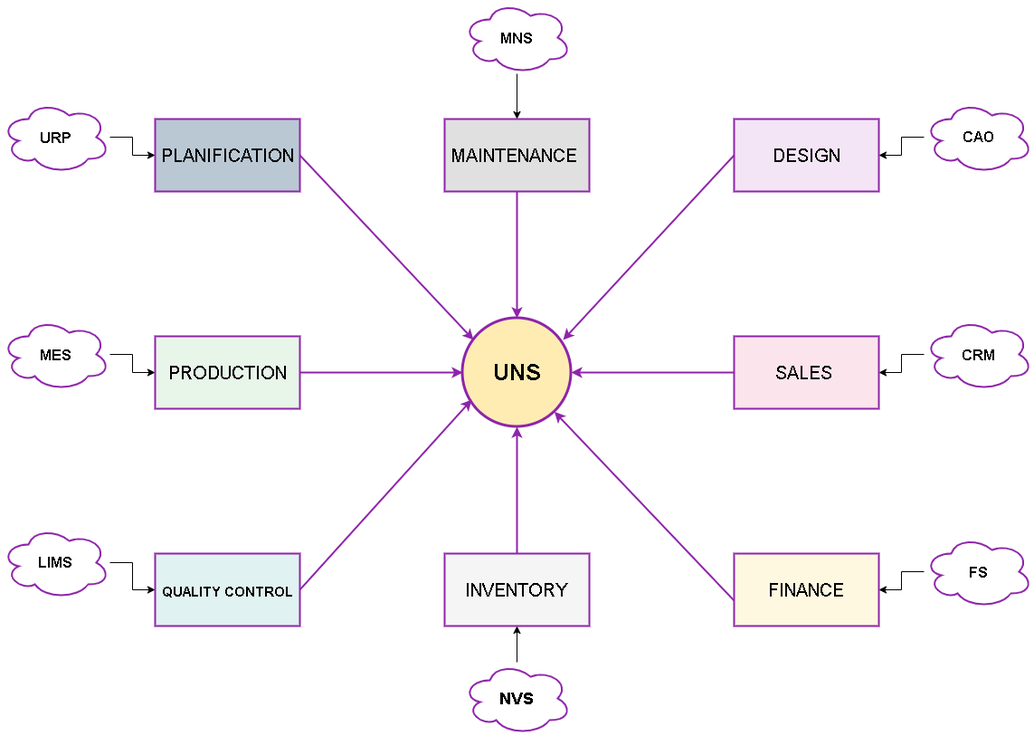
This is img/diagrame 2.png from khelef/webhview, a draw.io export, as it was before one commit. Source tidied: cells renumbered, new cells last; positions are measured from the earlier drawing's top-left corner, leaving out a move shared by most shapes.
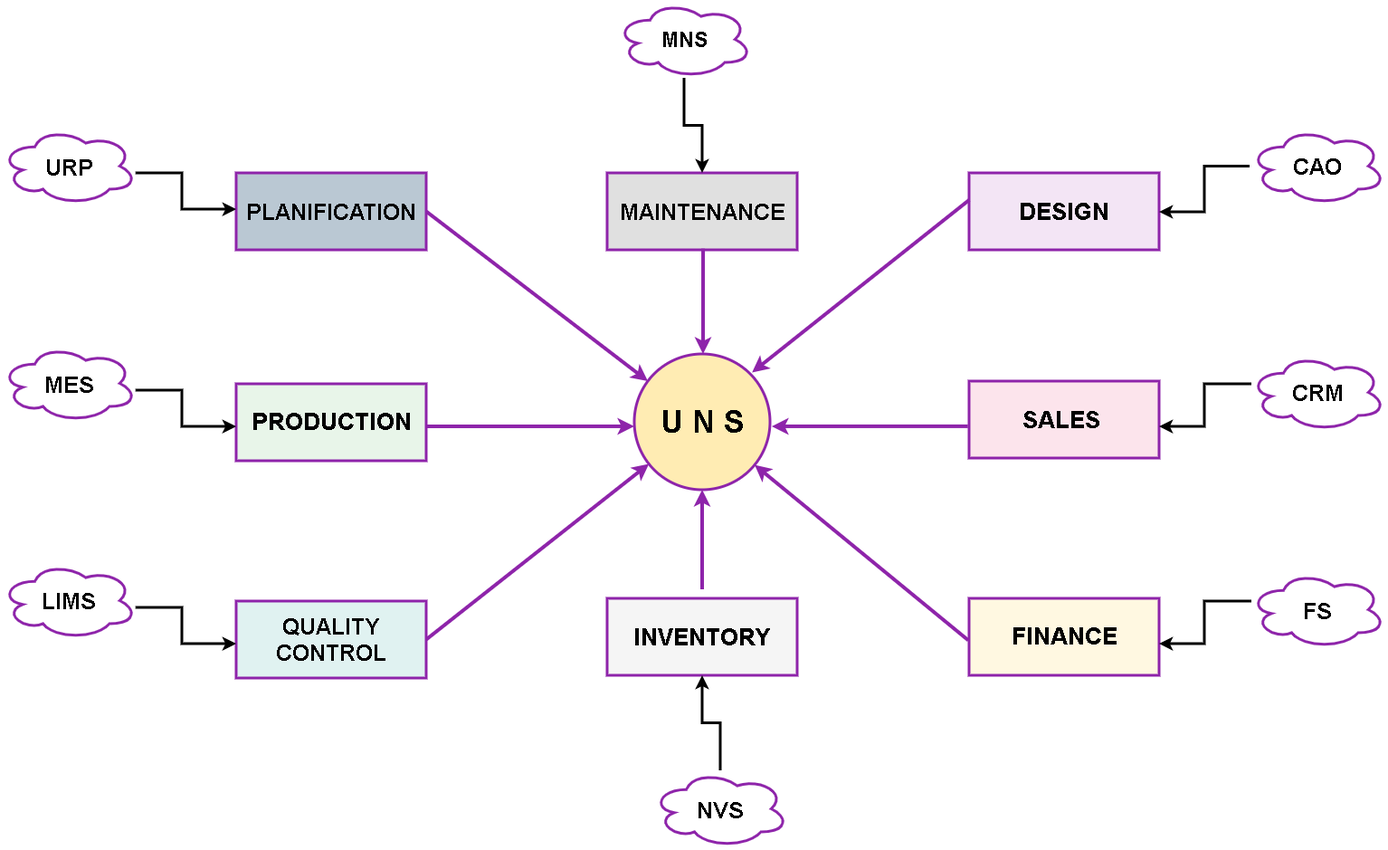
The same file after the commit.

Change to the diagram source:
```diff
@@ -2,106 +2,142 @@
   <root>
     <mxCell id="0" />
     <mxCell id="1" parent="0" />
-    <mxCell id="2" value="&lt;h1&gt;&lt;font face=&quot;arial&quot; style=&quot;font-size: 20px; font-weight: normal;&quot;&gt;PRODUCTION&lt;/font&gt;&lt;/h1&gt;" style="rounded=0;whiteSpace=wrap;html=1;strokeColor=#8E24AA;strokeWidth=2;fillColor=#E8F5E9;" parent="1" vertex="1">
-      <mxGeometry x="170" y="370" width="160" height="80" as="geometry" />
+    <mxCell id="2" value="&lt;h1&gt;&lt;font face=&quot;arial&quot; style=&quot;line-height: 100%; font-size: 26px;&quot;&gt;PRODUCTION&lt;/font&gt;&lt;/h1&gt;" style="rounded=0;whiteSpace=wrap;html=1;strokeColor=#8E24AA;strokeWidth=3;fillColor=#E8F5E9;" parent="1" vertex="1">
+      <mxGeometry y="323" width="210" height="85" as="geometry" />
     </mxCell>
-    <mxCell id="3" value="&lt;h1&gt;&lt;font style=&quot;font-size: 20px; font-weight: normal;&quot; face=&quot;Helvetica&quot;&gt;PLANIFICATION&lt;/font&gt;&lt;/h1&gt;" style="rounded=0;whiteSpace=wrap;html=1;strokeWidth=2;strokeColor=#8E24AA;fillColor=#bac8d3;" parent="1" vertex="1">
-      <mxGeometry x="170" y="130" width="160" height="80" as="geometry" />
+    <mxCell id="3" value="&lt;h1&gt;&lt;font face=&quot;arial&quot; style=&quot;font-size: 25px;&quot;&gt;PLANIFICATION&lt;/font&gt;&lt;/h1&gt;" style="rounded=0;whiteSpace=wrap;html=1;strokeWidth=3;strokeColor=#8E24AA;fillColor=#bac8d3;" parent="1" vertex="1">
+      <mxGeometry y="90" width="210" height="85" as="geometry" />
     </mxCell>
-    <mxCell id="4" value="&lt;h1&gt;&lt;font face=&quot;arial&quot; style=&quot;font-weight: normal; font-size: 20px;&quot;&gt;FINANCE&lt;/font&gt;&lt;/h1&gt;" style="rounded=0;whiteSpace=wrap;html=1;strokeColor=#8E24AA;strokeWidth=2;fillColor=#FFF8E1;" parent="1" vertex="1">
-      <mxGeometry x="810" y="610" width="160" height="80" as="geometry" />
+    <mxCell id="4" value="&lt;h1&gt;&lt;font face=&quot;arial&quot; style=&quot;line-height: 10%; font-size: 26px;&quot;&gt;FINANCE&lt;/font&gt;&lt;/h1&gt;" style="rounded=0;whiteSpace=wrap;html=1;strokeColor=#8E24AA;strokeWidth=3;fillColor=#FFF8E1;" parent="1" vertex="1">
+      <mxGeometry x="810" y="560" width="210" height="85" as="geometry" />
     </mxCell>
-    <mxCell id="5" value="&lt;h1&gt;&lt;font face=&quot;arial&quot; style=&quot;font-weight: normal; font-size: 20px;&quot;&gt;SALES&amp;nbsp;&lt;/font&gt;&lt;/h1&gt;" style="rounded=0;whiteSpace=wrap;html=1;strokeWidth=2;strokeColor=#8E24AA;fillColor=#FCE4EC;" parent="1" vertex="1">
-      <mxGeometry x="810" y="370" width="160" height="80" as="geometry" />
+    <mxCell id="5" value="&lt;h1&gt;&lt;font face=&quot;arial&quot; style=&quot;font-size: 26px;&quot;&gt;SALES&amp;nbsp;&lt;/font&gt;&lt;/h1&gt;" style="rounded=0;whiteSpace=wrap;html=1;strokeWidth=3;strokeColor=#8E24AA;fillColor=#FCE4EC;" parent="1" vertex="1">
+      <mxGeometry x="810" y="320" width="210" height="85" as="geometry" />
     </mxCell>
-    <mxCell id="6" value="&lt;h1&gt;&lt;font face=&quot;arial&quot; style=&quot;font-weight: normal; font-size: 20px;&quot;&gt;DESIGN&lt;/font&gt;&lt;/h1&gt;" style="rounded=0;whiteSpace=wrap;html=1;strokeColor=#8E24AA;strokeWidth=2;fillColor=#F3E5F5;" parent="1" vertex="1">
-      <mxGeometry x="810" y="130" width="160" height="80" as="geometry" />
+    <mxCell id="6" value="&lt;h1&gt;&lt;font face=&quot;arial&quot; style=&quot;font-size: 26px;&quot;&gt;DESIGN&lt;/font&gt;&lt;/h1&gt;" style="rounded=0;whiteSpace=wrap;html=1;strokeColor=#8E24AA;strokeWidth=3;fillColor=#F3E5F5;" parent="1" vertex="1">
+      <mxGeometry x="810" y="90" width="210" height="85" as="geometry" />
     </mxCell>
-    <mxCell id="7" value="&lt;h1&gt;&lt;font style=&quot;font-size: 20px; font-weight: normal;&quot; face=&quot;arial&quot;&gt;INVENTORY&lt;/font&gt;&lt;/h1&gt;" style="rounded=0;whiteSpace=wrap;html=1;strokeColor=#8E24AA;strokeWidth=2;fillColor=#F5F5F5;" parent="1" vertex="1">
-      <mxGeometry x="490" y="610" width="160" height="80" as="geometry" />
+    <mxCell id="7" value="&lt;h1&gt;&lt;font face=&quot;arial&quot; style=&quot;font-size: 26px;&quot;&gt;INVENTORY&lt;/font&gt;&lt;/h1&gt;" style="rounded=0;whiteSpace=wrap;html=1;strokeColor=#8E24AA;strokeWidth=3;fillColor=#F5F5F5;" parent="1" vertex="1">
+      <mxGeometry x="410" y="560" width="210" height="85" as="geometry" />
     </mxCell>
-    <mxCell id="8" value="&lt;h1&gt;&lt;font face=&quot;arial&quot; style=&quot;font-size: 20px; font-weight: normal;&quot;&gt;MAINTENANCE&amp;nbsp;&lt;/font&gt;&lt;/h1&gt;" style="rounded=0;whiteSpace=wrap;html=1;strokeColor=#8E24AA;strokeWidth=2;fillColor=#E0E0E0;" parent="1" vertex="1">
-      <mxGeometry x="490" y="130" width="160" height="80" as="geometry" />
+    <mxCell id="8" value="&lt;h1&gt;&lt;font style=&quot;font-size: 25px;&quot; face=&quot;arial&quot;&gt;MAINTENANCE&lt;/font&gt;&lt;/h1&gt;" style="rounded=0;whiteSpace=wrap;html=1;strokeColor=#8E24AA;strokeWidth=3;fillColor=#E0E0E0;" parent="1" vertex="1">
+      <mxGeometry x="410" y="90" width="210" height="85" as="geometry" />
     </mxCell>
-    <mxCell id="9" value="&lt;h1&gt;&lt;font face=&quot;arial&quot; style=&quot;font-size: 15px;&quot;&gt;QUALITY CONTROL&lt;/font&gt;&lt;/h1&gt;" style="rounded=0;whiteSpace=wrap;html=1;strokeColor=#8E24AA;strokeWidth=2;fillColor=#E0F2F1;" parent="1" vertex="1">
-      <mxGeometry x="170" y="610" width="160" height="80" as="geometry" />
+    <mxCell id="9" value="&lt;h1&gt;&lt;font face=&quot;arial&quot; style=&quot;line-height: 100%; font-size: 25px;&quot;&gt;QUALITY CONTROL&lt;/font&gt;&lt;/h1&gt;" style="rounded=0;whiteSpace=wrap;html=1;strokeColor=#8E24AA;strokeWidth=3;fillColor=#E0F2F1;" parent="1" vertex="1">
+      <mxGeometry y="563" width="210" height="85" as="geometry" />
     </mxCell>
-    <mxCell id="10" value="&lt;h1&gt;&lt;font face=&quot;arial&quot; style=&quot;font-size: 25px;&quot;&gt;UNS&lt;/font&gt;&lt;/h1&gt;" style="ellipse;whiteSpace=wrap;html=1;strokeColor=#8E24AA;strokeWidth=3;fillColor=#FFECB3;" parent="1" vertex="1">
-      <mxGeometry x="510" y="350" width="120" height="120" as="geometry" />
+    <mxCell id="10" value="&lt;h1&gt;&lt;font face=&quot;arial&quot; style=&quot;font-size: 35px;&quot;&gt;U N S&lt;/font&gt;&lt;/h1&gt;" style="ellipse;whiteSpace=wrap;html=1;strokeColor=#8E24AA;strokeWidth=3;fillColor=#FFECB3;" parent="1" vertex="1">
+      <mxGeometry x="440" y="290" width="150" height="150" as="geometry" />
     </mxCell>
-    <mxCell id="11" style="endArrow=classic;html=1;rounded=0;exitX=1;exitY=0.5;exitDx=0;exitDy=0;strokeWidth=2;endSize=6;entryX=0;entryY=0.5;entryDx=0;entryDy=0;strokeColor=#8E24AA;" parent="1" edge="1" source="2" target="10">
-      <mxGeometry relative="1" as="geometry" />
+    <mxCell id="11" style="endArrow=classic;html=1;rounded=0;strokeWidth=4;endSize=6;entryX=0;entryY=0.533;entryDx=0;entryDy=0;strokeColor=#8E24AA;entryPerimeter=0;" parent="1" edge="1" target="10">
+      <mxGeometry relative="1" as="geometry">
+        <mxPoint x="210" y="370" as="sourcePoint" />
+      </mxGeometry>
     </mxCell>
-    <mxCell id="12" style="endArrow=classic;html=1;rounded=0;exitX=1;exitY=0.5;exitDx=0;exitDy=0;strokeWidth=2;strokeColor=#8E24AA;" parent="1" edge="1" source="9">
-      <mxGeometry relative="1" as="geometry">
-        <mxPoint x="520" y="440" as="targetPoint" />
-      </mxGeometry>
+    <mxCell id="12" style="endArrow=classic;html=1;rounded=0;exitX=1;exitY=0.5;exitDx=0;exitDy=0;strokeWidth=4;strokeColor=#8E24AA;" parent="1" edge="1" source="9" target="10">
+      <mxGeometry relative="1" as="geometry" />
     </mxCell>
-    <mxCell id="13" style="endArrow=classic;html=1;rounded=0;exitX=1;exitY=0.5;exitDx=0;exitDy=0;entryX=0.1;entryY=0.2;entryDx=0;entryDy=0;entryPerimeter=0;strokeWidth=2;strokeColor=#8E24AA;" parent="1" edge="1" source="3" target="10">
+    <mxCell id="13" style="endArrow=classic;html=1;rounded=0;exitX=1;exitY=0.5;exitDx=0;exitDy=0;entryX=0.1;entryY=0.2;entryDx=0;entryDy=0;entryPerimeter=0;strokeWidth=4;strokeColor=#8E24AA;" parent="1" edge="1" source="3" target="10">
       <mxGeometry relative="1" as="geometry" />
     </mxCell>
-    <mxCell id="14" style="endArrow=classic;html=1;rounded=0;exitX=0.5;exitY=0;exitDx=0;exitDy=0;entryX=0.5;entryY=1;entryDx=0;entryDy=0;strokeWidth=2;strokeColor=#8E24AA;" parent="1" edge="1" source="7" target="10">
-      <mxGeometry relative="1" as="geometry" />
+    <mxCell id="14" style="endArrow=classic;html=1;rounded=0;entryX=0.5;entryY=1;entryDx=0;entryDy=0;strokeWidth=4;strokeColor=#8E24AA;" parent="1" edge="1" target="10">
+      <mxGeometry relative="1" as="geometry">
+        <mxPoint x="515" y="550" as="sourcePoint" />
+      </mxGeometry>
     </mxCell>
-    <mxCell id="15" style="endArrow=classic;html=1;rounded=0;exitX=0;exitY=0.65;exitDx=0;exitDy=0;exitPerimeter=0;strokeWidth=2;strokeColor=#8E24AA;" parent="1" edge="1" source="4" target="10">
+    <mxCell id="15" style="endArrow=classic;html=1;rounded=0;exitX=-0.004;exitY=0.545;exitDx=0;exitDy=0;exitPerimeter=0;strokeWidth=4;strokeColor=#8E24AA;" parent="1" edge="1" source="4" target="10">
       <mxGeometry relative="1" as="geometry" />
     </mxCell>
-    <mxCell id="16" style="endArrow=classic;html=1;rounded=0;exitX=0;exitY=0.5;exitDx=0;exitDy=0;entryX=0.925;entryY=0.2;entryDx=0;entryDy=0;entryPerimeter=0;strokeWidth=2;strokeColor=#8E24AA;" parent="1" edge="1" source="6" target="10">
-      <mxGeometry relative="1" as="geometry" />
+    <mxCell id="16" style="endArrow=classic;html=1;rounded=0;exitX=0;exitY=0.5;exitDx=0;exitDy=0;entryX=0.868;entryY=0.136;entryDx=0;entryDy=0;entryPerimeter=0;strokeWidth=4;strokeColor=#8E24AA;" parent="1" edge="1" target="10">
+      <mxGeometry relative="1" as="geometry">
+        <mxPoint x="810" y="120" as="sourcePoint" />
+      </mxGeometry>
     </mxCell>
-    <mxCell id="17" style="endArrow=classic;html=1;rounded=0;exitX=0;exitY=0.5;exitDx=0;exitDy=0;entryX=1;entryY=0.5;entryDx=0;entryDy=0;strokeWidth=2;strokeColor=#8E24AA;" parent="1" edge="1" source="5" target="10">
+    <mxCell id="17" style="endArrow=classic;html=1;rounded=0;exitX=-0.006;exitY=0.587;exitDx=0;exitDy=0;strokeWidth=4;strokeColor=#8E24AA;exitPerimeter=0;entryX=1.013;entryY=0.533;entryDx=0;entryDy=0;entryPerimeter=0;" parent="1" edge="1" source="5" target="10">
       <mxGeometry relative="1" as="geometry" />
     </mxCell>
-    <mxCell id="18" style="endArrow=classic;html=1;rounded=0;exitX=0.5;exitY=1;exitDx=0;exitDy=0;entryX=0.5;entryY=0;entryDx=0;entryDy=0;strokeWidth=2;strokeColor=#8E24AA;" parent="1" edge="1" source="8" target="10">
-      <mxGeometry relative="1" as="geometry" />
+    <mxCell id="18" style="endArrow=classic;html=1;rounded=0;strokeWidth=4;strokeColor=#8E24AA;exitX=0.505;exitY=0.984;exitDx=0;exitDy=0;exitPerimeter=0;" parent="1" edge="1" source="8">
+      <mxGeometry relative="1" as="geometry">
+        <mxPoint x="516" y="290" as="targetPoint" />
+      </mxGeometry>
     </mxCell>
-    <mxCell id="19" style="edgeStyle=orthogonalEdgeStyle;rounded=0;jettySize=auto;html=1;" parent="1" edge="1" source="20" target="3">
-      <mxGeometry relative="1" as="geometry" />
+    <mxCell id="19" style="edgeStyle=orthogonalEdgeStyle;rounded=0;jettySize=auto;html=1;strokeWidth=3;" parent="1" edge="1" source="20" target="3">
+      <mxGeometry relative="1" as="geometry">
+        <Array as="points">
+          <mxPoint x="-60" y="90" />
+          <mxPoint x="-60" y="130" />
+        </Array>
+      </mxGeometry>
     </mxCell>
-    <mxCell id="20" value="&lt;h2&gt;&lt;font style=&quot;font-size: 16px;&quot;&gt;URP&lt;/font&gt;&lt;/h2&gt;" style="ellipse;shape=cloud;whiteSpace=wrap;html=1;strokeColor=#8E24AA;strokeWidth=2;" parent="1" vertex="1">
-      <mxGeometry y="110" width="120" height="80" as="geometry" />
+    <mxCell id="20" value="&lt;h2&gt;&lt;font face=&quot;arial&quot; style=&quot;font-size: 25px;&quot;&gt;URP&lt;/font&gt;&lt;/h2&gt;" style="ellipse;shape=cloud;whiteSpace=wrap;html=1;strokeColor=#8E24AA;strokeWidth=3;" parent="1" vertex="1">
+      <mxGeometry x="-260" y="40" width="150" height="85" as="geometry" />
     </mxCell>
-    <mxCell id="21" style="edgeStyle=orthogonalEdgeStyle;rounded=0;jettySize=auto;html=1;" parent="1" edge="1" source="22" target="4">
-      <mxGeometry relative="1" as="geometry" />
+    <mxCell id="21" style="edgeStyle=orthogonalEdgeStyle;rounded=0;jettySize=auto;html=1;strokeWidth=3;" parent="1" edge="1" source="22" target="4">
+      <mxGeometry relative="1" as="geometry">
+        <Array as="points">
+          <mxPoint x="1070" y="563" />
+          <mxPoint x="1070" y="610" />
+        </Array>
+      </mxGeometry>
     </mxCell>
-    <mxCell id="22" value="&lt;h2&gt;&lt;font style=&quot;font-size: 16px;&quot;&gt;FS&lt;/font&gt;&lt;/h2&gt;" style="ellipse;shape=cloud;whiteSpace=wrap;html=1;strokeColor=#8E24AA;strokeWidth=2;" parent="1" vertex="1">
-      <mxGeometry x="1020" y="590" width="120" height="80" as="geometry" />
+    <mxCell id="22" value="&lt;h2&gt;&lt;font face=&quot;arial&quot; style=&quot;font-size: 25px;&quot;&gt;FS&lt;/font&gt;&lt;/h2&gt;" style="ellipse;shape=cloud;whiteSpace=wrap;html=1;strokeColor=#8E24AA;strokeWidth=3;" parent="1" vertex="1">
+      <mxGeometry x="1120" y="530" width="150" height="85" as="geometry" />
     </mxCell>
-    <mxCell id="23" style="edgeStyle=orthogonalEdgeStyle;rounded=0;jettySize=auto;html=1;" parent="1" edge="1" source="24" target="5">
-      <mxGeometry relative="1" as="geometry" />
+    <mxCell id="23" style="edgeStyle=orthogonalEdgeStyle;rounded=0;jettySize=auto;html=1;strokeWidth=3;" parent="1" edge="1" source="24" target="5">
+      <mxGeometry relative="1" as="geometry">
+        <Array as="points">
+          <mxPoint x="1070" y="323" />
+          <mxPoint x="1070" y="370" />
+        </Array>
+      </mxGeometry>
     </mxCell>
-    <mxCell id="24" value="&lt;h2&gt;&lt;font style=&quot;font-size: 16px;&quot;&gt;CRM&lt;/font&gt;&lt;/h2&gt;" style="ellipse;shape=cloud;whiteSpace=wrap;html=1;strokeColor=#8E24AA;strokeWidth=2;" parent="1" vertex="1">
-      <mxGeometry x="1020" y="350" width="120" height="80" as="geometry" />
+    <mxCell id="24" value="&lt;h1&gt;&lt;font face=&quot;arial&quot; style=&quot;font-size: 25px;&quot;&gt;CRM&lt;/font&gt;&lt;/h1&gt;" style="ellipse;shape=cloud;whiteSpace=wrap;html=1;strokeColor=#8E24AA;strokeWidth=3;" parent="1" vertex="1">
+      <mxGeometry x="1120" y="290" width="150" height="85" as="geometry" />
     </mxCell>
-    <mxCell id="25" style="edgeStyle=orthogonalEdgeStyle;rounded=0;jettySize=auto;html=1;" parent="1" edge="1" source="26" target="6">
-      <mxGeometry relative="1" as="geometry" />
+    <mxCell id="25" style="edgeStyle=orthogonalEdgeStyle;rounded=0;jettySize=auto;html=1;strokeWidth=3;" parent="1" edge="1" source="26" target="6">
+      <mxGeometry relative="1" as="geometry">
+        <Array as="points">
+          <mxPoint x="1070" y="83" />
+          <mxPoint x="1070" y="133" />
+        </Array>
+      </mxGeometry>
     </mxCell>
-    <mxCell id="26" value="&lt;font style=&quot;font-size: 16px;&quot;&gt;&lt;b&gt;CAO&lt;/b&gt;&lt;/font&gt;" style="ellipse;shape=cloud;whiteSpace=wrap;html=1;strokeColor=#8E24AA;strokeWidth=2;" parent="1" vertex="1">
-      <mxGeometry x="1020" y="110" width="120" height="80" as="geometry" />
+    <mxCell id="26" value="&lt;h1&gt;&lt;font face=&quot;arial&quot; style=&quot;font-size: 25px;&quot;&gt;CAO&lt;/font&gt;&lt;/h1&gt;" style="ellipse;shape=cloud;whiteSpace=wrap;html=1;strokeColor=#8E24AA;strokeWidth=3;" parent="1" vertex="1">
+      <mxGeometry x="1120" y="40" width="150" height="85" as="geometry" />
     </mxCell>
-    <mxCell id="27" style="edgeStyle=orthogonalEdgeStyle;rounded=0;jettySize=auto;html=1;" parent="1" edge="1" source="28" target="8">
+    <mxCell id="27" style="edgeStyle=orthogonalEdgeStyle;rounded=0;jettySize=auto;html=1;strokeWidth=3;" parent="1" edge="1" source="28" target="8">
       <mxGeometry relative="1" as="geometry" />
     </mxCell>
-    <mxCell id="28" value="&lt;h2&gt;&lt;font style=&quot;font-size: 16px;&quot;&gt;MNS&lt;/font&gt;&lt;/h2&gt;" style="ellipse;shape=cloud;whiteSpace=wrap;html=1;strokeColor=#8E24AA;strokeWidth=2;" parent="1" vertex="1">
-      <mxGeometry x="510" width="120" height="80" as="geometry" />
+    <mxCell id="28" value="&lt;h1&gt;&lt;font face=&quot;arial&quot; style=&quot;font-size: 23px;&quot;&gt;MNS&lt;/font&gt;&lt;/h1&gt;" style="ellipse;shape=cloud;whiteSpace=wrap;html=1;strokeColor=#8E24AA;strokeWidth=3;" parent="1" vertex="1">
+      <mxGeometry x="420" y="-100" width="150" height="85" as="geometry" />
     </mxCell>
-    <mxCell id="29" style="edgeStyle=orthogonalEdgeStyle;rounded=0;jettySize=auto;html=1;entryX=0;entryY=0.5;entryDx=0;entryDy=0;" parent="1" edge="1" source="30" target="9">
-      <mxGeometry relative="1" as="geometry" />
+    <mxCell id="29" style="edgeStyle=orthogonalEdgeStyle;rounded=0;jettySize=auto;html=1;strokeWidth=3;" parent="1" edge="1" source="30" target="9">
+      <mxGeometry relative="1" as="geometry">
+        <Array as="points">
+          <mxPoint x="-60" y="570" />
+          <mxPoint x="-60" y="610" />
+        </Array>
+      </mxGeometry>
     </mxCell>
-    <mxCell id="30" value="&lt;font style=&quot;font-size: 16px;&quot;&gt;&lt;b&gt;LIMS&lt;/b&gt;&lt;/font&gt;" style="ellipse;shape=cloud;whiteSpace=wrap;html=1;strokeColor=#8E24AA;strokeWidth=2;" parent="1" vertex="1">
-      <mxGeometry y="580" width="120" height="80" as="geometry" />
+    <mxCell id="30" value="&lt;h1&gt;&lt;font face=&quot;arial&quot; style=&quot;font-size: 25px;&quot;&gt;LIMS&lt;/font&gt;&lt;/h1&gt;" style="ellipse;shape=cloud;whiteSpace=wrap;html=1;strokeColor=#8E24AA;strokeWidth=3;" parent="1" vertex="1">
+      <mxGeometry x="-260" y="520" width="150" height="85" as="geometry" />
     </mxCell>
-    <mxCell id="31" style="edgeStyle=orthogonalEdgeStyle;rounded=0;jettySize=auto;html=1;" parent="1" edge="1" source="32" target="2">
-      <mxGeometry relative="1" as="geometry" />
+    <mxCell id="31" style="edgeStyle=orthogonalEdgeStyle;rounded=0;jettySize=auto;html=1;strokeWidth=3;" parent="1" edge="1" source="32" target="2">
+      <mxGeometry relative="1" as="geometry">
+        <Array as="points">
+          <mxPoint x="-60" y="330" />
+          <mxPoint x="-60" y="370" />
+        </Array>
+      </mxGeometry>
     </mxCell>
-    <mxCell id="32" value="&lt;h2&gt;&lt;font style=&quot;font-size: 16px;&quot;&gt;MES&lt;/font&gt;&lt;/h2&gt;" style="ellipse;shape=cloud;whiteSpace=wrap;html=1;strokeColor=#8E24AA;strokeWidth=2;" parent="1" vertex="1">
-      <mxGeometry y="350" width="120" height="80" as="geometry" />
+    <mxCell id="32" value="&lt;h2&gt;&lt;font style=&quot;font-size: 25px;&quot; face=&quot;arial&quot;&gt;MES&lt;/font&gt;&lt;/h2&gt;" style="ellipse;shape=cloud;whiteSpace=wrap;html=1;strokeColor=#8E24AA;strokeWidth=3;" parent="1" vertex="1">
+      <mxGeometry x="-260" y="280" width="150" height="85" as="geometry" />
     </mxCell>
-    <mxCell id="33" style="edgeStyle=orthogonalEdgeStyle;rounded=0;jettySize=auto;html=1;" parent="1" edge="1" source="34" target="7">
+    <mxCell id="33" style="edgeStyle=orthogonalEdgeStyle;rounded=0;jettySize=auto;html=1;strokeWidth=3;" parent="1" edge="1" source="34" target="7">
       <mxGeometry relative="1" as="geometry" />
     </mxCell>
-    <mxCell id="34" value="&lt;h2&gt;NVS&lt;/h2&gt;" style="ellipse;shape=cloud;whiteSpace=wrap;html=1;strokeColor=#8E24AA;strokeWidth=2;" parent="1" vertex="1">
-      <mxGeometry x="510" y="730" width="120" height="80" as="geometry" />
+    <mxCell id="34" value="&lt;h2&gt;&lt;font style=&quot;font-size: 25px;&quot;&gt;NVS&lt;/font&gt;&lt;/h2&gt;" style="ellipse;shape=cloud;whiteSpace=wrap;html=1;strokeColor=#8E24AA;strokeWidth=3;" parent="1" vertex="1">
+      <mxGeometry x="460" y="750" width="150" height="85" as="geometry" />
     </mxCell>
   </root>
 </mxGraphModel>
```
